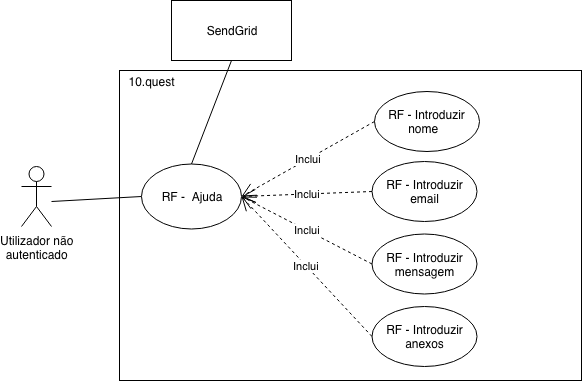
Earlier version of the draw.io export img/rf/ajuda.png (BrunoGrifo/Tese). Source tidied: cells renumbered, new cells last; positions are measured from the earlier drawing's top-left corner, leaving out a move shared by most shapes.
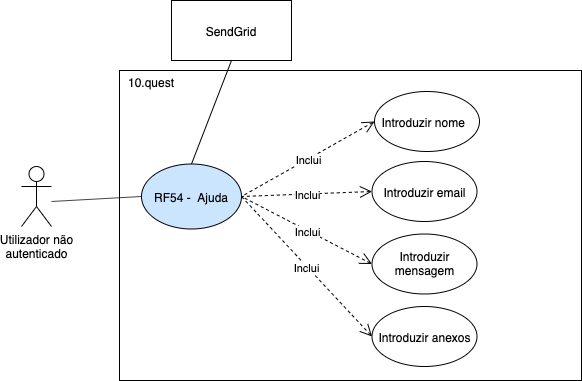
After the change.

The edit, as a diff of the source:
```diff
@@ -16,31 +16,31 @@
     <mxCell id="5" value="10.quest" style="text;html=1;strokeColor=none;fillColor=none;align=center;verticalAlign=middle;whiteSpace=wrap;rounded=0;" parent="1" vertex="1">
       <mxGeometry x="110" y="71" width="40" height="20" as="geometry" />
     </mxCell>
-    <mxCell id="6" value="RF -&amp;nbsp; Ajuda" style="ellipse;whiteSpace=wrap;html=1;" parent="1" vertex="1">
+    <mxCell id="6" value="RF54 -&amp;nbsp; Ajuda" style="ellipse;whiteSpace=wrap;html=1;fillColor=#CCE5FF;" parent="1" vertex="1">
       <mxGeometry x="120" y="163.5" width="100" height="65" as="geometry" />
     </mxCell>
-    <mxCell id="7" value="RF - Introduzir nome&amp;nbsp;&amp;nbsp;" style="ellipse;whiteSpace=wrap;html=1;" parent="1" vertex="1">
+    <mxCell id="7" value="Introduzir nome&amp;nbsp;&amp;nbsp;" style="ellipse;whiteSpace=wrap;html=1;" parent="1" vertex="1">
       <mxGeometry x="353" y="91" width="105" height="60" as="geometry" />
     </mxCell>
-    <mxCell id="8" value="RF - Introduzir email" style="ellipse;whiteSpace=wrap;html=1;" parent="1" vertex="1">
+    <mxCell id="8" value="Introduzir email" style="ellipse;whiteSpace=wrap;html=1;" parent="1" vertex="1">
       <mxGeometry x="350.5" y="161" width="105" height="60" as="geometry" />
     </mxCell>
-    <mxCell id="9" value="Inclui" style="endArrow=open;endSize=12;dashed=1;html=1;exitX=0;exitY=0.5;exitDx=0;exitDy=0;entryX=1;entryY=0.5;entryDx=0;entryDy=0;" parent="1" edge="1" source="7" target="6">
+    <mxCell id="9" value="Inclui" style="endArrow=none;endSize=12;dashed=1;html=1;exitX=0;exitY=0.5;exitDx=0;exitDy=0;entryX=1;entryY=0.5;entryDx=0;entryDy=0;startArrow=open;startFill=0;endFill=0;startSize=10;" parent="1" edge="1" source="7" target="6">
       <mxGeometry relative="1" as="geometry" />
     </mxCell>
-    <mxCell id="10" value="Inclui" style="endArrow=open;endSize=12;dashed=1;html=1;exitX=0;exitY=0.5;exitDx=0;exitDy=0;entryX=1;entryY=0.5;entryDx=0;entryDy=0;" parent="1" edge="1" source="8" target="6">
+    <mxCell id="10" value="Inclui" style="endArrow=none;endSize=12;dashed=1;html=1;exitX=0;exitY=0.5;exitDx=0;exitDy=0;entryX=1;entryY=0.5;entryDx=0;entryDy=0;startArrow=open;startFill=0;endFill=0;startSize=10;" parent="1" edge="1" source="8" target="6">
       <mxGeometry relative="1" as="geometry" />
     </mxCell>
-    <mxCell id="11" value="RF - Introduzir mensagem" style="ellipse;whiteSpace=wrap;html=1;" parent="1" vertex="1">
+    <mxCell id="11" value="Introduzir mensagem" style="ellipse;whiteSpace=wrap;html=1;" parent="1" vertex="1">
       <mxGeometry x="350.5" y="233.5" width="105" height="60" as="geometry" />
     </mxCell>
-    <mxCell id="12" value="Inclui" style="endArrow=open;endSize=12;dashed=1;html=1;exitX=0;exitY=0.5;exitDx=0;exitDy=0;entryX=1;entryY=0.5;entryDx=0;entryDy=0;" parent="1" edge="1" source="11" target="6">
+    <mxCell id="12" value="Inclui" style="endArrow=none;endSize=12;dashed=1;html=1;exitX=0;exitY=0.5;exitDx=0;exitDy=0;entryX=1;entryY=0.5;entryDx=0;entryDy=0;startArrow=open;startFill=0;endFill=0;startSize=10;" parent="1" edge="1" source="11" target="6">
       <mxGeometry relative="1" as="geometry" />
     </mxCell>
-    <mxCell id="13" value="RF - Introduzir anexos" style="ellipse;whiteSpace=wrap;html=1;" parent="1" vertex="1">
+    <mxCell id="13" value="Introduzir anexos" style="ellipse;whiteSpace=wrap;html=1;" parent="1" vertex="1">
       <mxGeometry x="350.5" y="306" width="105" height="60" as="geometry" />
     </mxCell>
-    <mxCell id="14" value="Inclui" style="endArrow=open;endSize=12;dashed=1;html=1;exitX=0;exitY=0.5;exitDx=0;exitDy=0;entryX=1;entryY=0.5;entryDx=0;entryDy=0;" parent="1" edge="1" source="13" target="6">
+    <mxCell id="14" value="Inclui" style="endArrow=none;endSize=12;dashed=1;html=1;exitX=0;exitY=0.5;exitDx=0;exitDy=0;entryX=1;entryY=0.5;entryDx=0;entryDy=0;startArrow=open;startFill=0;endFill=0;startSize=10;" parent="1" edge="1" source="13" target="6">
       <mxGeometry relative="1" as="geometry" />
     </mxCell>
     <mxCell id="15" value="SendGrid" style="rounded=0;whiteSpace=wrap;html=1;" parent="1" vertex="1">
```
